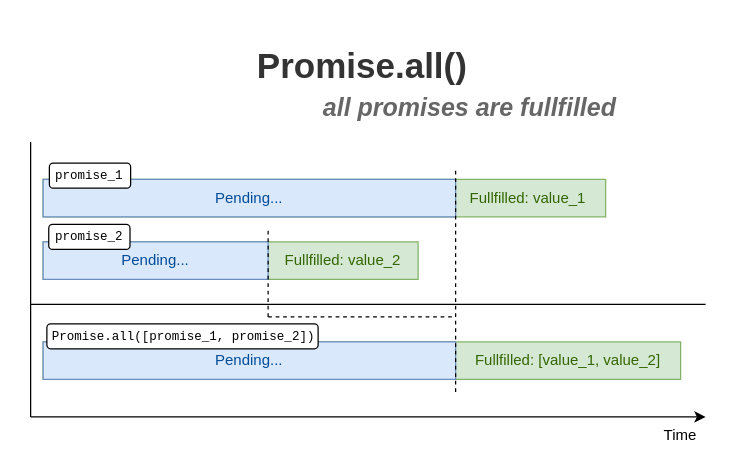
panzerdp/dmitripavlutin.com keeps this draw.io diagram as page "All promises fullfilled" (1 of 2) of posts/139-promise-all/diagrams/diagram.drawio. Above is the earlier version. Source tidied: cells renumbered, new cells numbered last; positions are measured from the earlier drawing's top-left corner, leaving out a move shared by most shapes. Both pictures are drawn from the tidied source at 125%, with x=0, y=0 at pixel (30, 21).
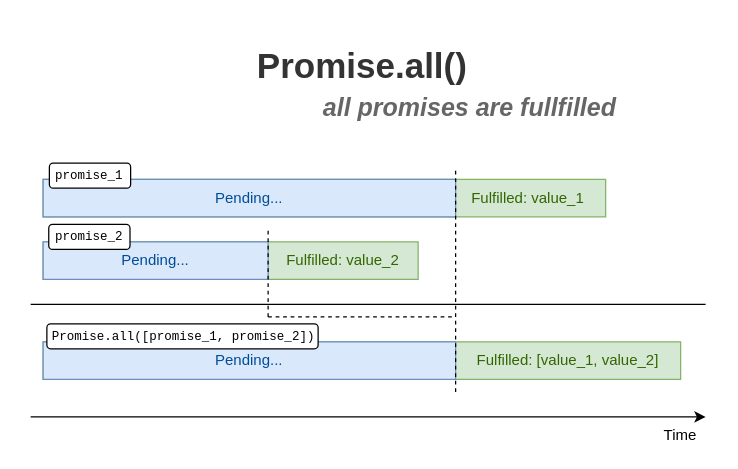
The same diagram, later.

The edit, as a diff of the source:
```diff
@@
-    <mxCell id="6" style="endArrow=none;html=1;" parent="1" edge="1">
-      <mxGeometry relative="1" as="geometry">
-        <mxPoint y="316" as="sourcePoint" />
-        <mxPoint y="96" as="targetPoint" />
-      </mxGeometry>
-    </mxCell>
@@
-    <mxCell id="13" value="Fullfilled: value_2" style="text;html=1;strokeColor=none;fillColor=none;align=center;verticalAlign=middle;whiteSpace=wrap;rounded=0;fontColor=#336600;" parent="1" vertex="1">
+    <mxCell id="13" value="Fulfilled: value_2" style="text;html=1;strokeColor=none;fillColor=none;align=center;verticalAlign=middle;whiteSpace=wrap;rounded=0;fontColor=#336600;" parent="1" vertex="1">
       <mxGeometry x="185" y="181" width="130" height="20" as="geometry" />
     </mxCell>
-    <mxCell id="14" value="Fullfilled: value_1" style="text;html=1;strokeColor=none;fillColor=none;align=center;verticalAlign=middle;whiteSpace=wrap;rounded=0;fontColor=#336600;" parent="1" vertex="1">
+    <mxCell id="14" value="Fulfilled: value_1" style="text;html=1;strokeColor=none;fillColor=none;align=center;verticalAlign=middle;whiteSpace=wrap;rounded=0;fontColor=#336600;" parent="1" vertex="1">
       <mxGeometry x="333" y="131" width="130" height="20" as="geometry" />
     </mxCell>
@@
-    <mxCell id="18" value="Fullfilled: [value_1, value_2]" style="text;html=1;strokeColor=none;fillColor=none;align=center;verticalAlign=middle;whiteSpace=wrap;rounded=0;fontColor=#336600;" parent="1" vertex="1">
+    <mxCell id="18" value="Fulfilled: [value_1, value_2]" style="text;html=1;strokeColor=none;fillColor=none;align=center;verticalAlign=middle;whiteSpace=wrap;rounded=0;fontColor=#336600;" parent="1" vertex="1">
       <mxGeometry x="350" y="261" width="160" height="20" as="geometry" />
     </mxCell>
```
